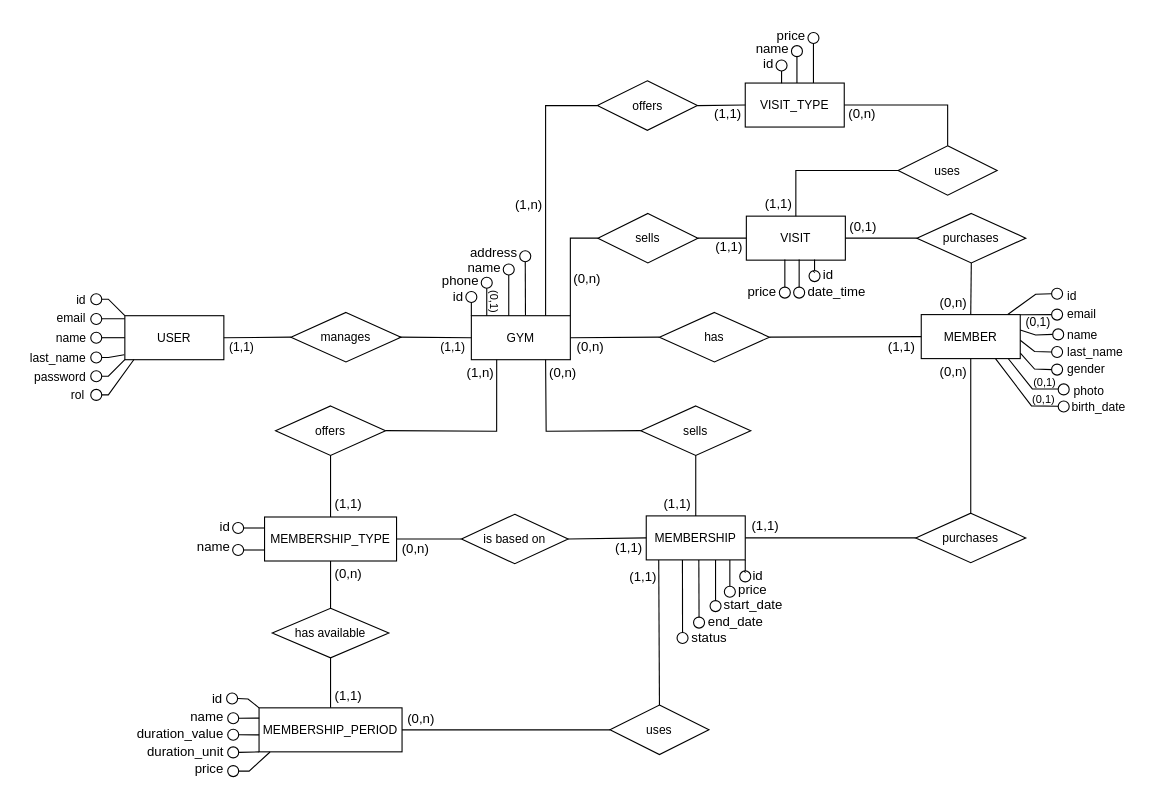
The draw.io diagram docs/conceptual-design.drawio in hdz-kevin/Trainly, before the edit. Source tidied: cells renumbered, new cells numbered last; positions are measured from the earlier drawing's top-left corner, leaving out a move shared by most shapes. Both pictures are drawn from the tidied source at 110%, with x=0, y=0 at pixel (19, 19).
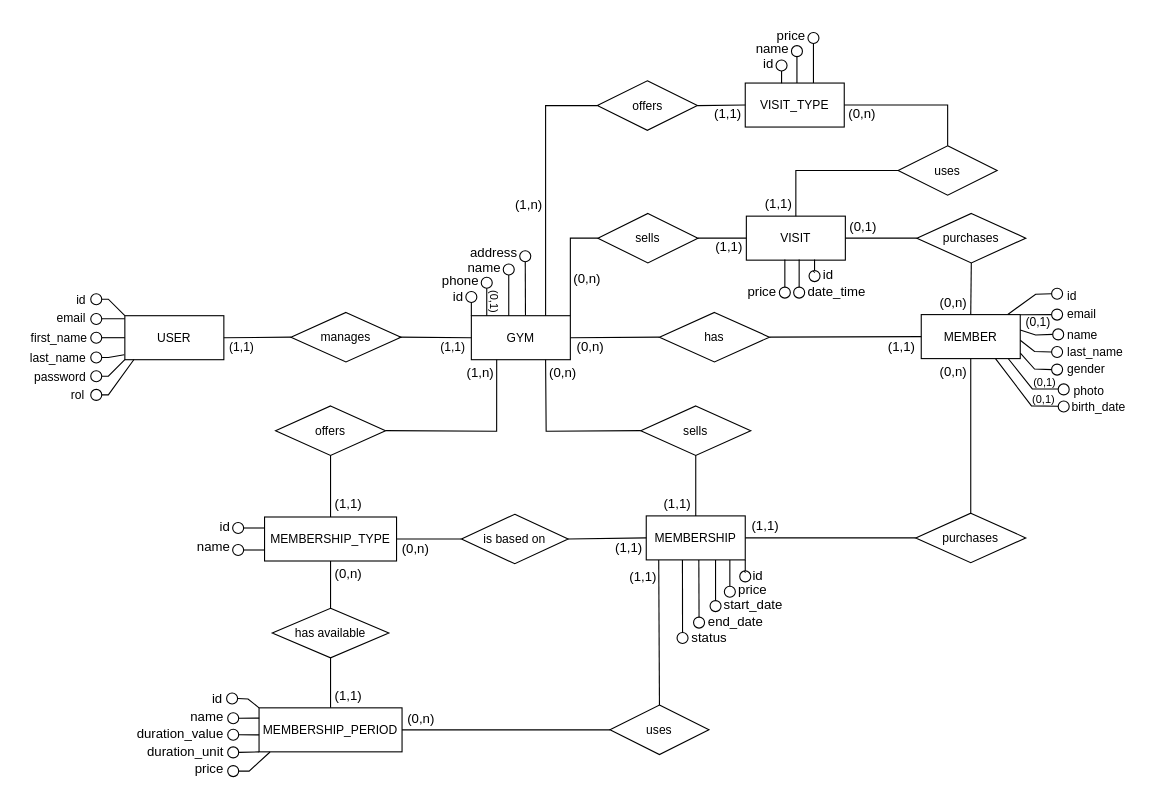
The same page after the edit.

Commit message (it also covers changes not shown here):
update db designs: first_name - last_name fields

What changed in the source:
```diff
@@
-    <mxCell id="11" value="name" style="text;html=1;align=center;verticalAlign=middle;strokeColor=none;fillColor=none;fontSize=11;" parent="1" vertex="1">
-      <mxGeometry x="22" y="274.5" width="50" height="30" as="geometry" />
+    <mxCell id="11" value="first_name" style="text;html=1;align=center;verticalAlign=middle;strokeColor=none;fillColor=none;fontSize=11;" parent="1" vertex="1">
+      <mxGeometry x="1" y="277.5" width="69" height="25" as="geometry" />
     </mxCell>
```
